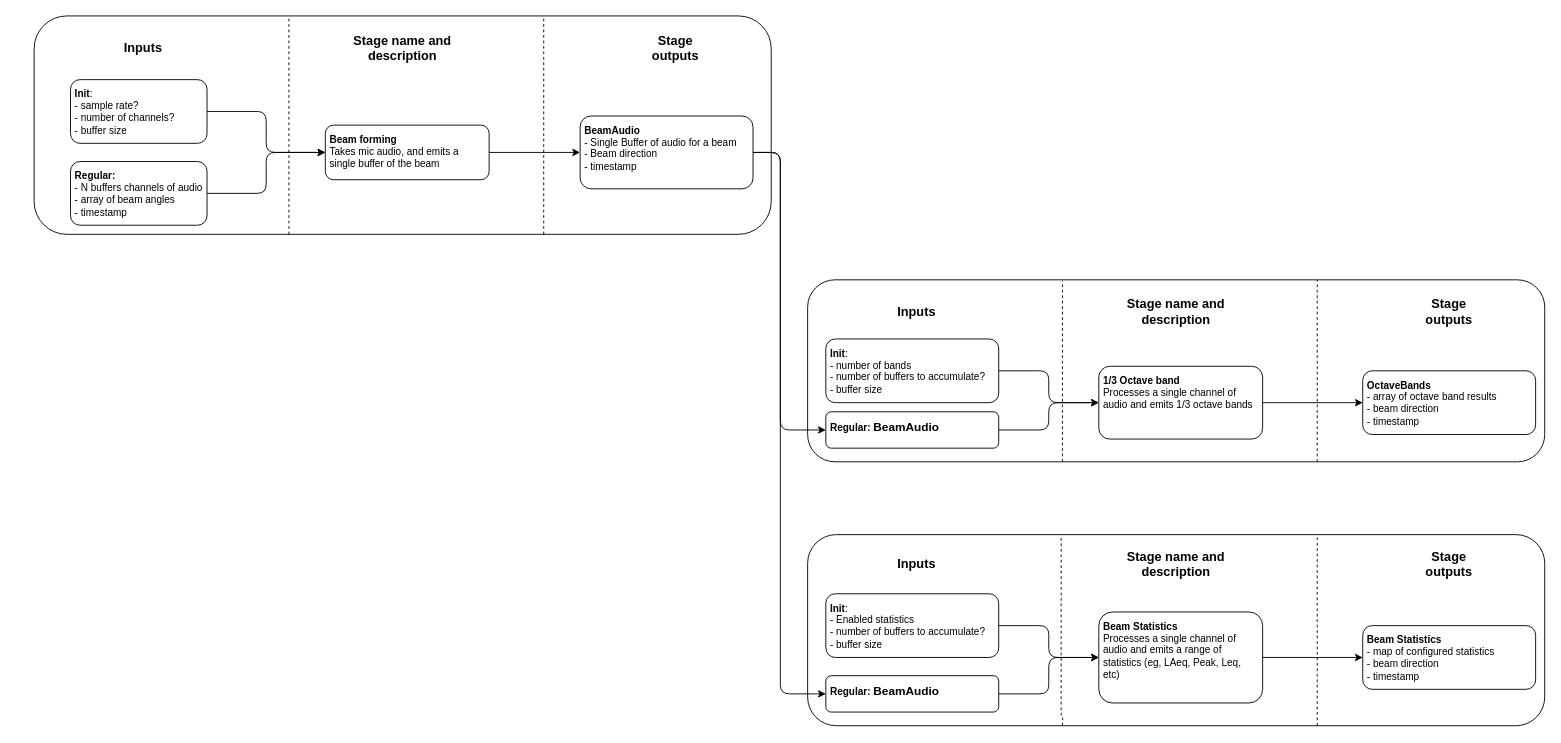
This is page "Processing stages" (4 of 6) of doc/System Block Diagram.drawio from jbrryhooves/sound-compass, a draw.io file, before an edit. Source tidied: cells renumbered, new cells numbered last; positions are measured from the earlier drawing's top-left corner, leaving out a move shared by most shapes. Both pictures are drawn from the tidied source at 91%, with x=0, y=0 at pixel (34, 15).
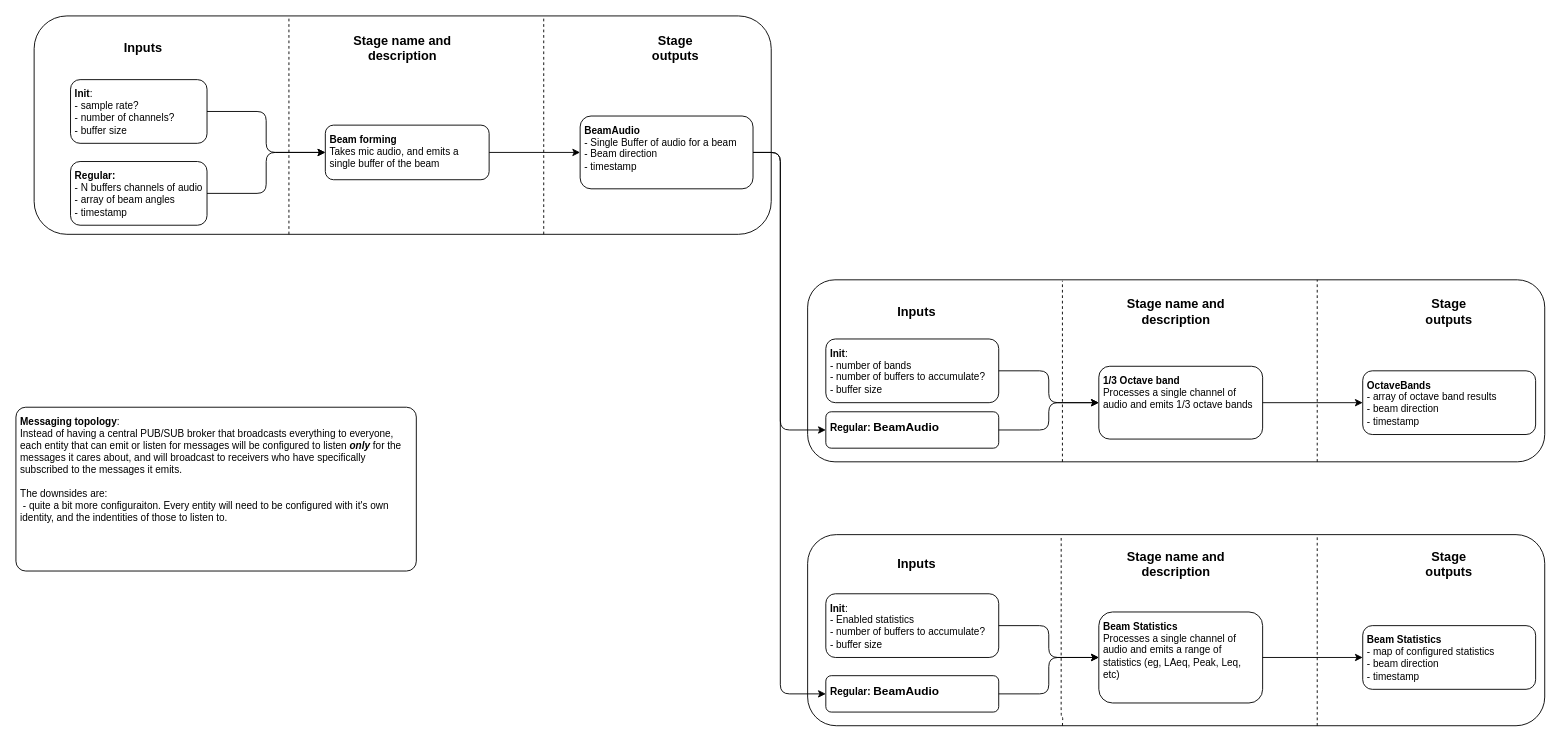
Above is the later version.

Change to the diagram source:
```diff
@@
+    <mxCell id="45" value="&lt;b&gt;Messaging topology&lt;/b&gt;:&lt;br&gt;Instead of having a central PUB/SUB broker that broadcasts everything to everyone, each entity that can emit or listen for messages will be configured to listen &lt;i style=&quot;font-weight: bold;&quot;&gt;only&lt;/i&gt;&amp;nbsp;for the messages it cares about, and will broadcast to receivers who have specifically subscribed to the messages it emits.&amp;nbsp;&lt;br&gt;&lt;br&gt;The downsides are:&lt;br&gt;&amp;nbsp;- quite a bit more configuraiton. Every entity will need to be configured with it's own identity, and the indentities of those to listen to.&amp;nbsp;" style="rounded=1;whiteSpace=wrap;html=1;fontFamily=Helvetica;fontSize=11;fontColor=default;align=left;verticalAlign=top;fillColor=none;gradientColor=none;spacing=5;spacingTop=0;arcSize=6;" parent="1" vertex="1">
+      <mxGeometry x="-20" y="430" width="440" height="180" as="geometry" />
+    </mxCell>
```
